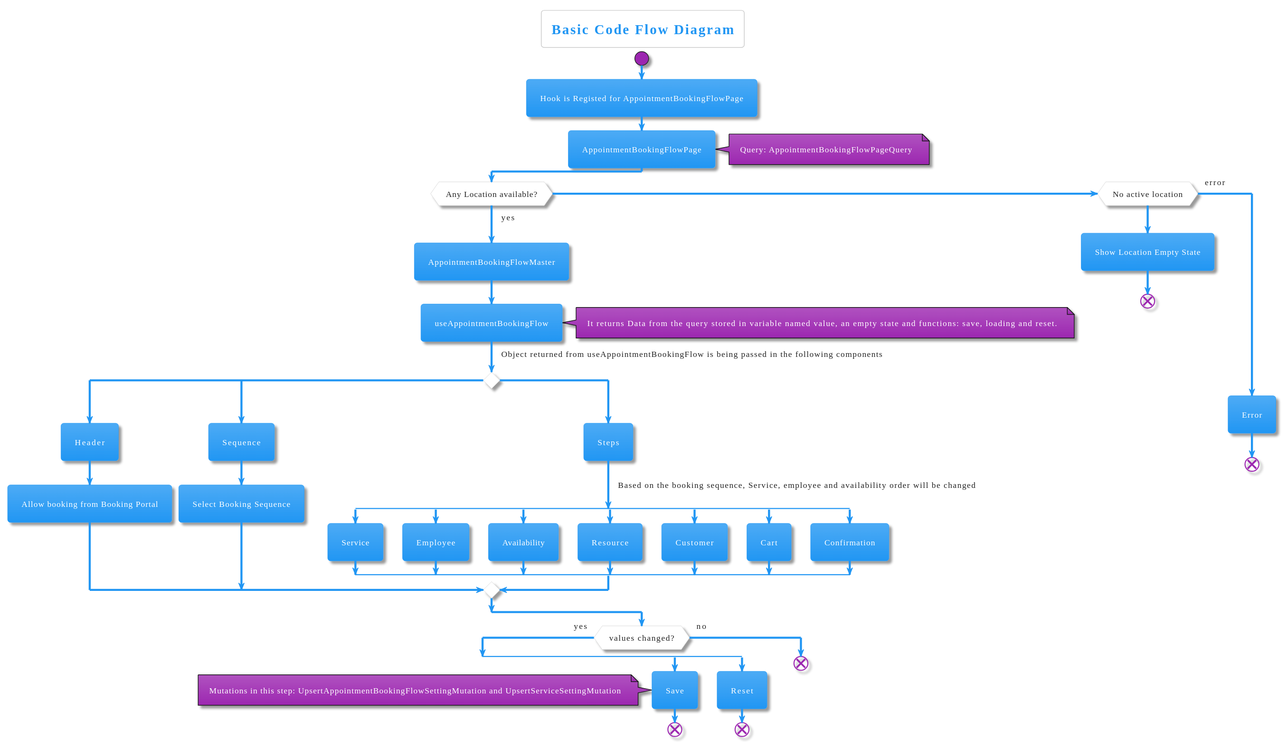
This is out/codeFlowDiagram/Code Flow Diagram.svg from nakul-sharma-at-appointy/customer-booking-flow-diagrams, a PlantUML export, as it was before one commit.
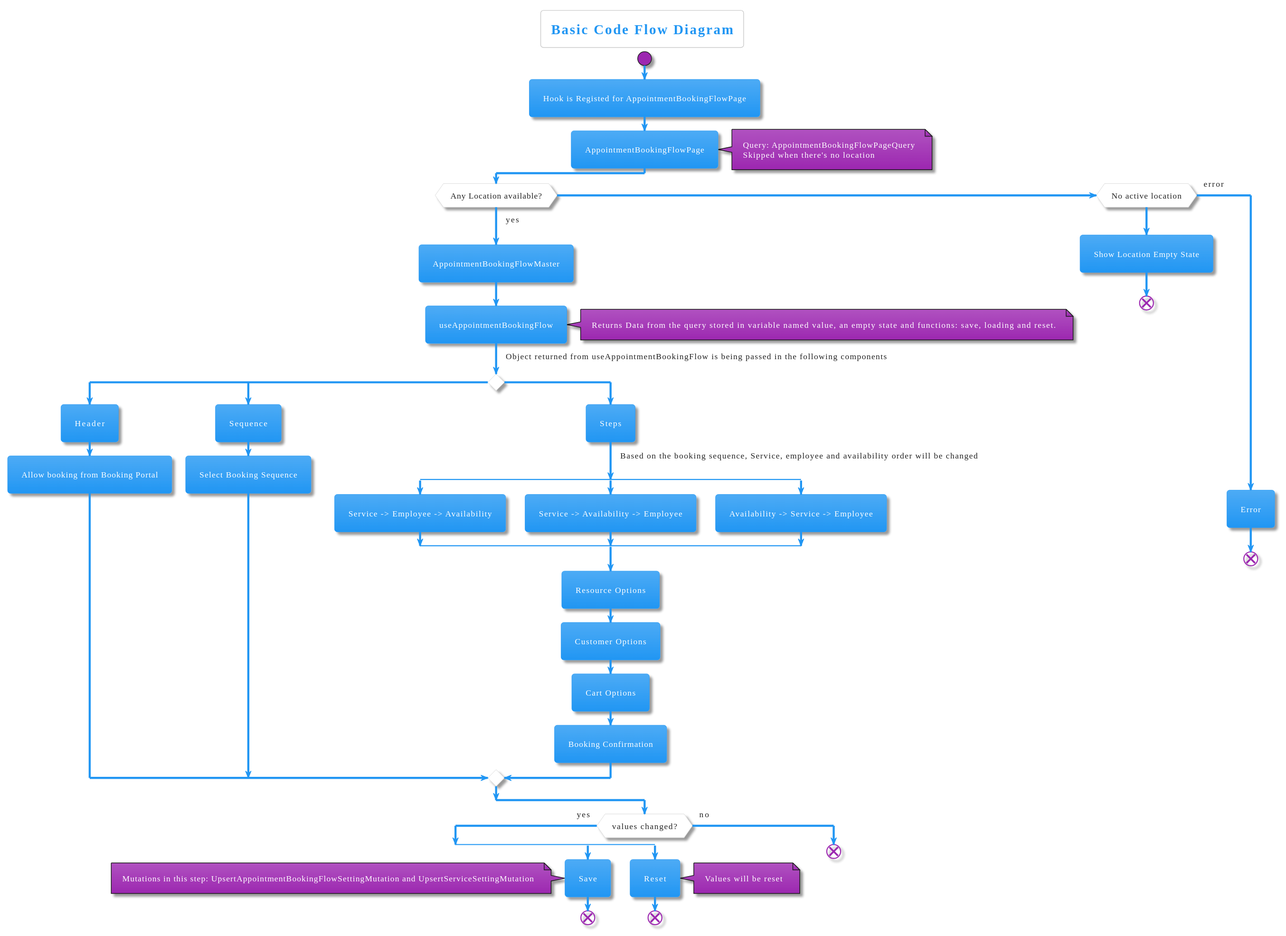
The same file after the commit.

Commit message:
chore: updated code flow diagram

What changed in the source:
```diff
@@ -12,6 +12,7 @@
 
 note right
 Query: AppointmentBookingFlowPageQuery
+Skipped when there's no location
 end note
 
 if(Any Location available?) then (yes)
@@ -23,7 +24,7 @@
 -> Object returned from useAppointmentBookingFlow is being passed in the following components;
 
 note right
-It returns Data from the query stored in variable named value, an empty state and functions: save, loading and reset.
+Returns Data from the query stored in variable named value, an empty state and functions: save, loading and reset.
 end note
 
 switch()
@@ -38,20 +39,17 @@
   :Steps;
     ->Based on the booking sequence, Service, employee and availability order will be changed;
   split
-  :Service;
+  :Service -> Employee -> Availability;
   split again
-  :Employee;
+  :Service -> Availability -> Employee;
   split again
-  :Availability;
-  split again
-  :Resource;
-  split again
-  :Customer;
-  split again
-  :Cart;
-  split again
-  :Confirmation;
-end split
+  :Availability -> Service -> Employee;
+
+  end split
+  :Resource Options;
+  :Customer Options;
+  :Cart Options;
+  :Booking Confirmation;
 
 endswitch
 
@@ -78,6 +76,10 @@
 
 split again
 :Reset;
+
+note right
+Values will be reset
+end note
 end
 end split
 
```
